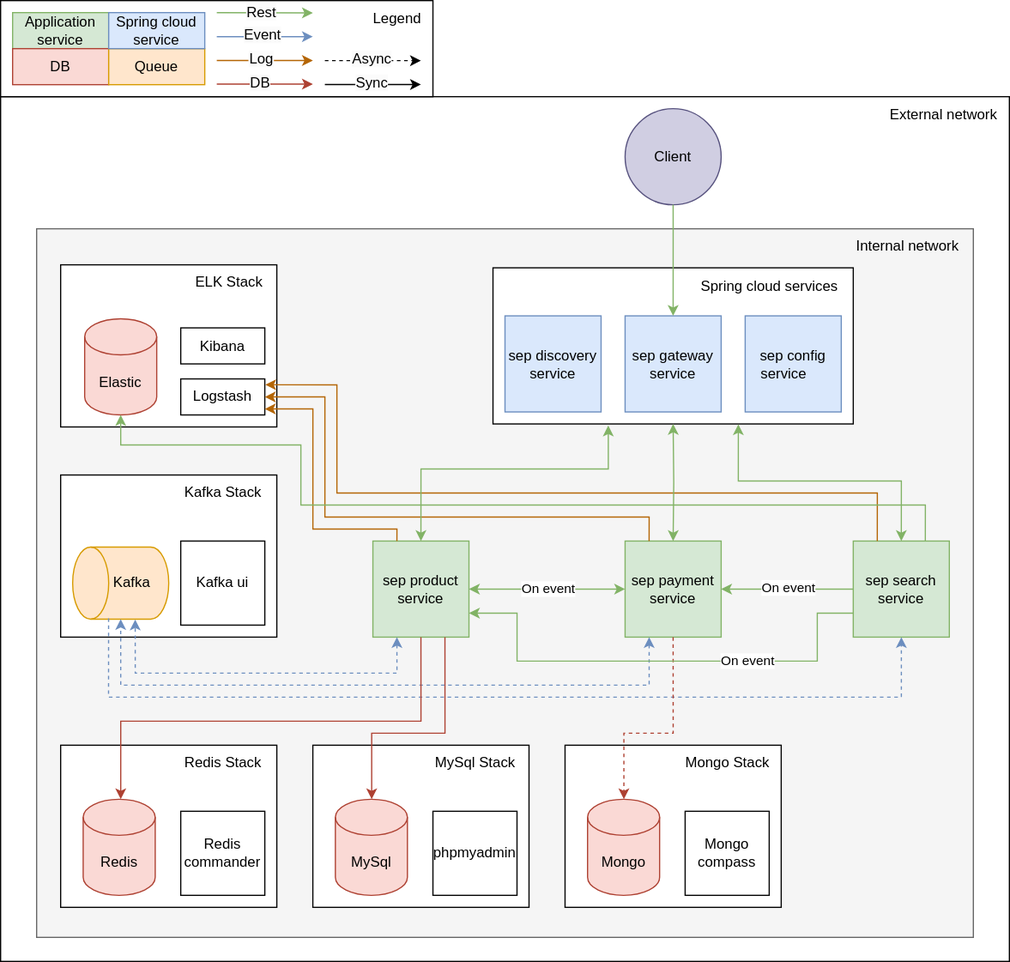
Above: sep-docs/architecture-diagram.drawio.svg in cccaaannn/sep (draw.io), before the change. Source tidied: cells renumbered, new cells last; positions are measured from the earlier drawing's top-left corner, leaving out a move shared by most shapes.
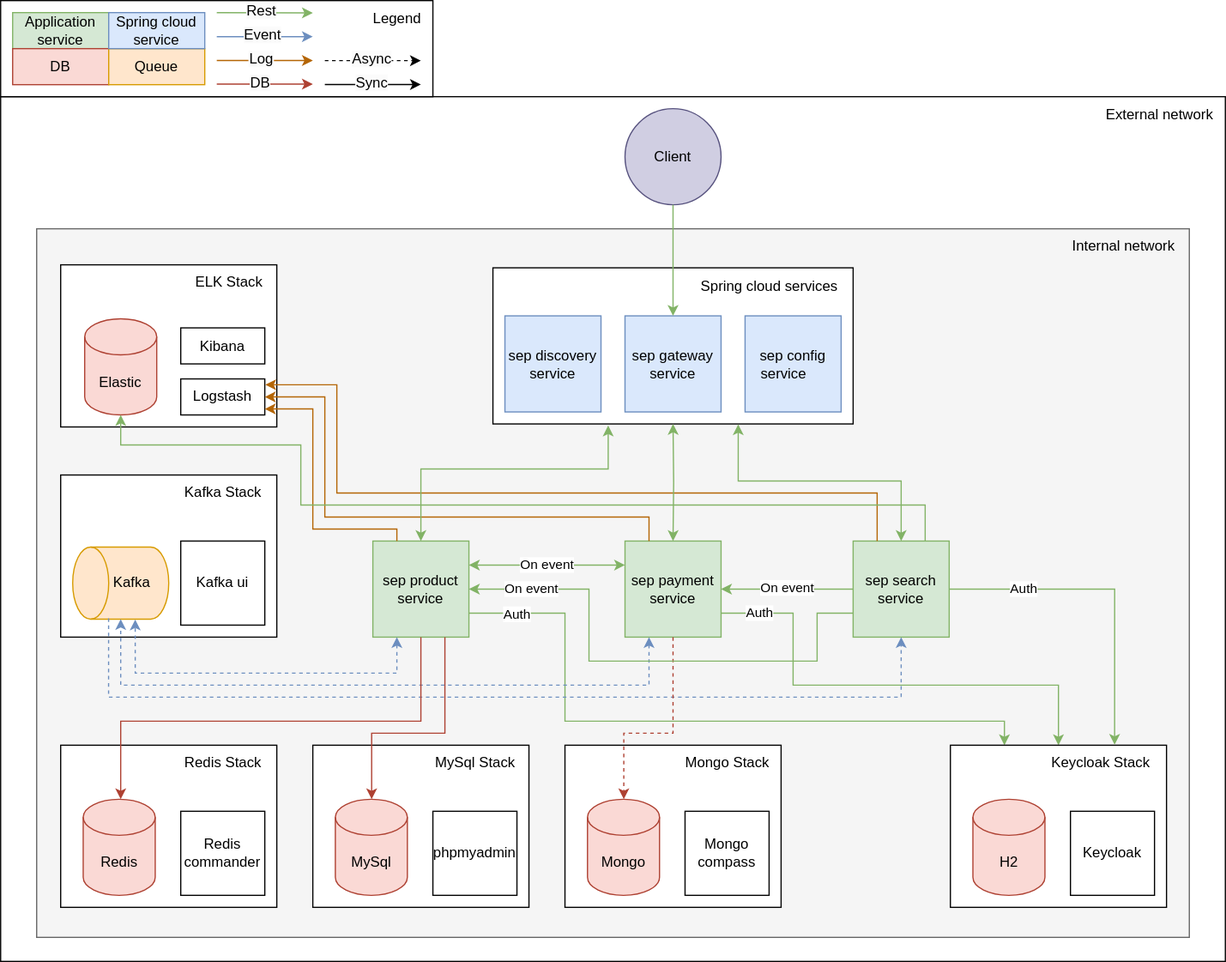
The same diagram one commit later.

Diff of the diagram source:
```diff
@@ -3,23 +3,47 @@
     <mxCell id="0" />
     <mxCell id="1" parent="0" />
     <mxCell id="2" style="rounded=0;whiteSpace=wrap;html=1;" parent="1" vertex="1">
-      <mxGeometry y="80" width="840" height="720" as="geometry" />
+      <mxGeometry y="80" width="1020" height="720" as="geometry" />
     </mxCell>
     <mxCell id="3" style="rounded=0;whiteSpace=wrap;html=1;fillColor=#f5f5f5;fontColor=#333333;strokeColor=#666666;" parent="1" vertex="1">
-      <mxGeometry x="30" y="190" width="780" height="590" as="geometry" />
+      <mxGeometry x="30" y="190" width="960" height="590" as="geometry" />
     </mxCell>
     <mxCell id="4" value="sep search service" style="whiteSpace=wrap;html=1;fillColor=#d5e8d4;strokeColor=#82b366;" parent="1" vertex="1">
       <mxGeometry x="710" y="450" width="80" height="80" as="geometry" />
     </mxCell>
-    <mxCell id="5" style="edgeStyle=orthogonalEdgeStyle;rounded=0;jettySize=auto;html=1;entryX=0;entryY=0.5;entryDx=0;entryDy=0;fillColor=#d5e8d4;strokeColor=#82b366;startArrow=classic;startFill=1;" parent="1" edge="1" source="7" target="8">
+    <mxCell id="5" style="edgeStyle=orthogonalEdgeStyle;rounded=0;jettySize=auto;html=1;entryX=0;entryY=0.25;entryDx=0;entryDy=0;fillColor=#d5e8d4;strokeColor=#82b366;startArrow=classic;startFill=1;exitX=1;exitY=0.25;exitDx=0;exitDy=0;" parent="1" edge="1" source="7" target="8">
       <mxGeometry relative="1" as="geometry" />
     </mxCell>
     <mxCell id="6" value="On event" style="edgeLabel;html=1;align=center;verticalAlign=middle;" parent="5" vertex="1">
       <mxGeometry x="0.01" relative="1" as="geometry" />
     </mxCell>
+    <mxCell id="84" style="edgeStyle=orthogonalEdgeStyle;rounded=0;jettySize=auto;html=1;entryX=0.25;entryY=0;entryDx=0;entryDy=0;exitX=1;exitY=0.75;exitDx=0;exitDy=0;fillColor=#d5e8d4;strokeColor=#82b366;startArrow=none;startFill=0;" parent="1" edge="1" source="7" target="90">
+      <mxGeometry relative="1" as="geometry">
+        <Array as="points">
+          <mxPoint x="470" y="510" />
+          <mxPoint x="470" y="600" />
+          <mxPoint x="836" y="600" />
+        </Array>
+      </mxGeometry>
+    </mxCell>
+    <mxCell id="85" value="Auth" style="edgeLabel;html=1;align=center;verticalAlign=middle;" parent="84" vertex="1">
+      <mxGeometry x="-0.86" y="-1" relative="1" as="geometry" />
+    </mxCell>
     <mxCell id="7" value="sep&amp;nbsp;product service" style="whiteSpace=wrap;html=1;fillColor=#d5e8d4;strokeColor=#82b366;" parent="1" vertex="1">
       <mxGeometry x="310" y="450" width="80" height="80" as="geometry" />
     </mxCell>
+    <mxCell id="86" style="edgeStyle=orthogonalEdgeStyle;rounded=0;jettySize=auto;html=1;exitX=1;exitY=0.75;exitDx=0;exitDy=0;fillColor=#d5e8d4;strokeColor=#82b366;startArrow=none;startFill=0;" parent="1" edge="1" source="8" target="90">
+      <mxGeometry relative="1" as="geometry">
+        <Array as="points">
+          <mxPoint x="660" y="510" />
+          <mxPoint x="660" y="570" />
+          <mxPoint x="881" y="570" />
+        </Array>
+      </mxGeometry>
+    </mxCell>
+    <mxCell id="87" value="Auth" style="edgeLabel;html=1;align=center;verticalAlign=middle;" parent="86" vertex="1">
+      <mxGeometry x="-0.84" relative="1" as="geometry" />
+    </mxCell>
     <mxCell id="8" value="sep payment service" style="whiteSpace=wrap;html=1;fillColor=#d5e8d4;strokeColor=#82b366;" parent="1" vertex="1">
       <mxGeometry x="520" y="450" width="80" height="80" as="geometry" />
     </mxCell>
@@ -134,7 +158,7 @@
       <mxGeometry x="520" y="90" width="80" height="80" as="geometry" />
     </mxCell>
     <mxCell id="34" value="Internal network" style="text;html=1;align=center;verticalAlign=middle;strokeColor=none;fillColor=none;" parent="1" vertex="1">
-      <mxGeometry x="700" y="190" width="110" height="30" as="geometry" />
+      <mxGeometry x="880" y="190" width="110" height="30" as="geometry" />
     </mxCell>
     <mxCell id="35" style="edgeStyle=orthogonalEdgeStyle;rounded=0;jettySize=auto;html=1;entryX=0;entryY=0.5;entryDx=0;entryDy=0;entryPerimeter=0;fillColor=#dae8fc;strokeColor=#6c8ebf;startArrow=classic;startFill=1;dashed=1;" parent="1" edge="1" source="8" target="17">
       <mxGeometry relative="1" as="geometry">
@@ -242,20 +266,18 @@
     <mxCell id="59" value="On event" style="edgeLabel;html=1;align=center;verticalAlign=middle;" parent="58" vertex="1">
       <mxGeometry x="-0.01" y="-1" relative="1" as="geometry" />
     </mxCell>
-    <mxCell id="60" style="edgeStyle=orthogonalEdgeStyle;rounded=0;jettySize=auto;html=1;entryX=1;entryY=0.75;entryDx=0;entryDy=0;fillColor=#d5e8d4;strokeColor=#82b366;startArrow=none;startFill=0;exitX=0;exitY=0.75;exitDx=0;exitDy=0;" parent="1" edge="1" source="4" target="7">
+    <mxCell id="60" style="edgeStyle=orthogonalEdgeStyle;rounded=0;jettySize=auto;html=1;entryX=1;entryY=0.5;entryDx=0;entryDy=0;fillColor=#d5e8d4;strokeColor=#82b366;startArrow=none;startFill=0;exitX=0;exitY=0.75;exitDx=0;exitDy=0;" parent="1" edge="1" source="4" target="7">
       <mxGeometry relative="1" as="geometry">
         <Array as="points">
           <mxPoint x="680" y="510" />
           <mxPoint x="680" y="550" />
-          <mxPoint x="430" y="550" />
-          <mxPoint x="430" y="510" />
+          <mxPoint x="490" y="550" />
+          <mxPoint x="490" y="490" />
         </Array>
       </mxGeometry>
     </mxCell>
     <mxCell id="61" value="On event" style="edgeLabel;html=1;align=center;verticalAlign=middle;" parent="60" vertex="1">
-      <mxGeometry x="-0.36" y="4" relative="1" as="geometry">
-        <mxPoint y="-4" as="offset" />
-      </mxGeometry>
+      <mxGeometry x="0.75" relative="1" as="geometry" />
     </mxCell>
     <mxCell id="62" style="edgeStyle=orthogonalEdgeStyle;rounded=0;jettySize=auto;html=1;entryX=0.681;entryY=1.002;entryDx=0;entryDy=0;fillColor=#d5e8d4;strokeColor=#82b366;exitX=0.5;exitY=0;exitDx=0;exitDy=0;startArrow=classic;startFill=1;entryPerimeter=0;" parent="1" edge="1" target="37">
       <mxGeometry relative="1" as="geometry">
@@ -281,7 +303,7 @@
       </mxGeometry>
     </mxCell>
     <mxCell id="65" value="External network" style="text;html=1;align=center;verticalAlign=middle;strokeColor=none;fillColor=none;" parent="1" vertex="1">
-      <mxGeometry x="730" y="80" width="110" height="30" as="geometry" />
+      <mxGeometry x="910" y="80" width="110" height="30" as="geometry" />
     </mxCell>
     <mxCell id="66" style="rounded=0;whiteSpace=wrap;html=1;" parent="1" vertex="1">
       <mxGeometry width="360" height="80" as="geometry" />
@@ -367,5 +389,29 @@
     <mxCell id="83" value="Legend" style="text;html=1;align=center;verticalAlign=middle;strokeColor=none;fillColor=none;" parent="1" vertex="1">
       <mxGeometry x="300" width="60" height="30" as="geometry" />
     </mxCell>
+    <mxCell id="88" style="group;" parent="1" vertex="1">
+      <mxGeometry x="791" y="620" width="180" height="135" as="geometry" />
+    </mxCell>
+    <mxCell id="89" style="group;" parent="88" vertex="1">
+      <mxGeometry width="180" height="135" as="geometry" />
+    </mxCell>
+    <mxCell id="90" style="rounded=0;whiteSpace=wrap;html=1;" parent="89" vertex="1">
+      <mxGeometry width="180" height="135" as="geometry" />
+    </mxCell>
+    <mxCell id="91" value="H2" style="shape=cylinder3;whiteSpace=wrap;html=1;boundedLbl=1;backgroundOutline=1;size=15;fillColor=#fad9d5;strokeColor=#ae4132;" parent="89" vertex="1">
+      <mxGeometry x="18.8" y="45" width="60" height="80" as="geometry" />
+    </mxCell>
+    <mxCell id="92" value="Keycloak" style="whiteSpace=wrap;html=1;" parent="89" vertex="1">
+      <mxGeometry x="100" y="55" width="70" height="70" as="geometry" />
+    </mxCell>
+    <mxCell id="93" value="Keycloak Stack" style="text;html=1;align=center;verticalAlign=middle;points=[];strokeColor=none;fillColor=none;" parent="89" vertex="1">
+      <mxGeometry x="70" width="110" height="30" as="geometry" />
+    </mxCell>
+    <mxCell id="94" style="edgeStyle=orthogonalEdgeStyle;rounded=0;jettySize=auto;html=1;entryX=0.607;entryY=-0.013;entryDx=0;entryDy=0;entryPerimeter=0;startArrow=none;startFill=0;fillColor=#d5e8d4;strokeColor=#82b366;" parent="1" edge="1" source="4" target="93">
+      <mxGeometry relative="1" as="geometry" />
+    </mxCell>
+    <mxCell id="95" value="Auth" style="edgeLabel;html=1;align=center;verticalAlign=middle;" parent="94" vertex="1">
+      <mxGeometry x="-0.54" relative="1" as="geometry" />
+    </mxCell>
   </root>
 </mxGraphModel>
```
